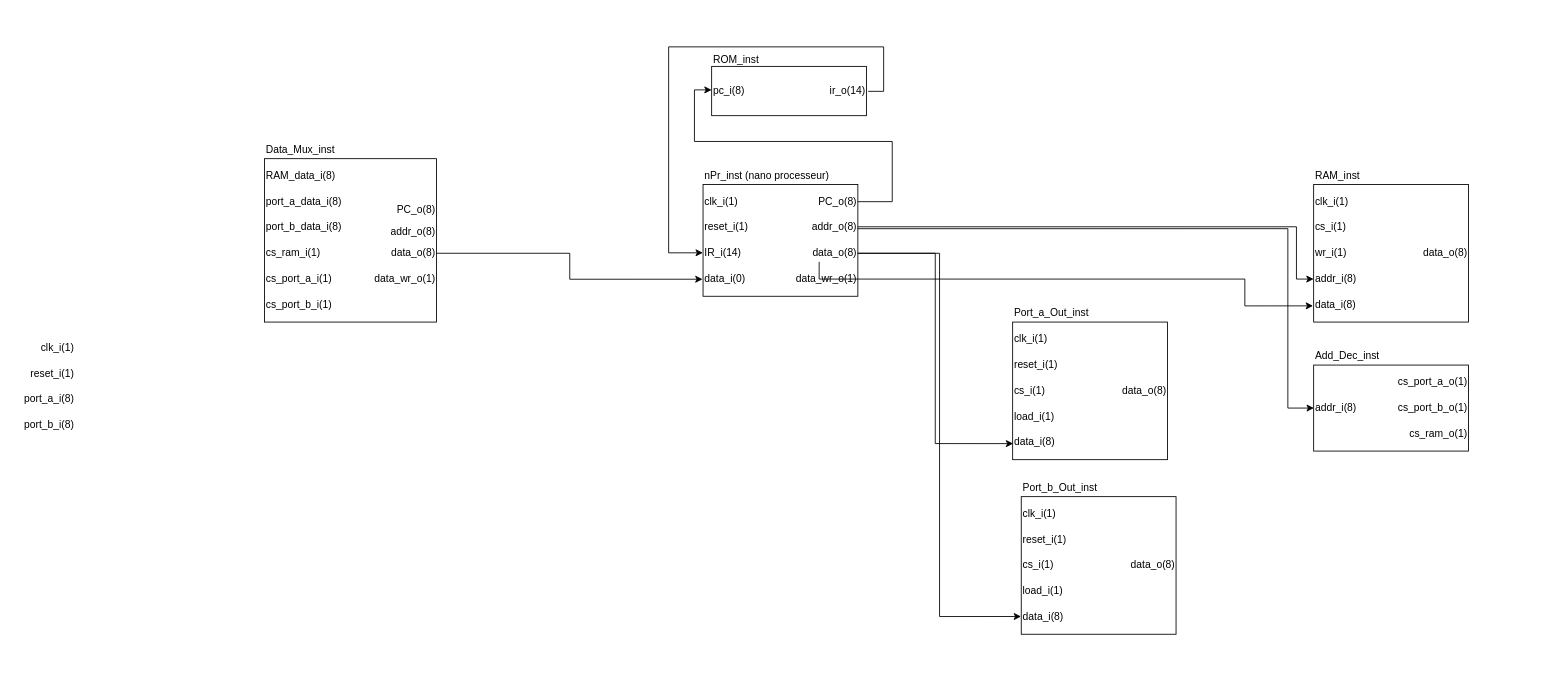
Earlier version of the draw.io diagram _documents/schemas/nanoControleur.drawio (catabozan/sysnum-applique). Source tidied: cells renumbered, new cells numbered last; positions are measured from the earlier drawing's top-left corner, leaving out a move shared by most shapes. Both pictures are drawn from the tidied source at 86%, with x=0, y=0 at pixel (15, 46).
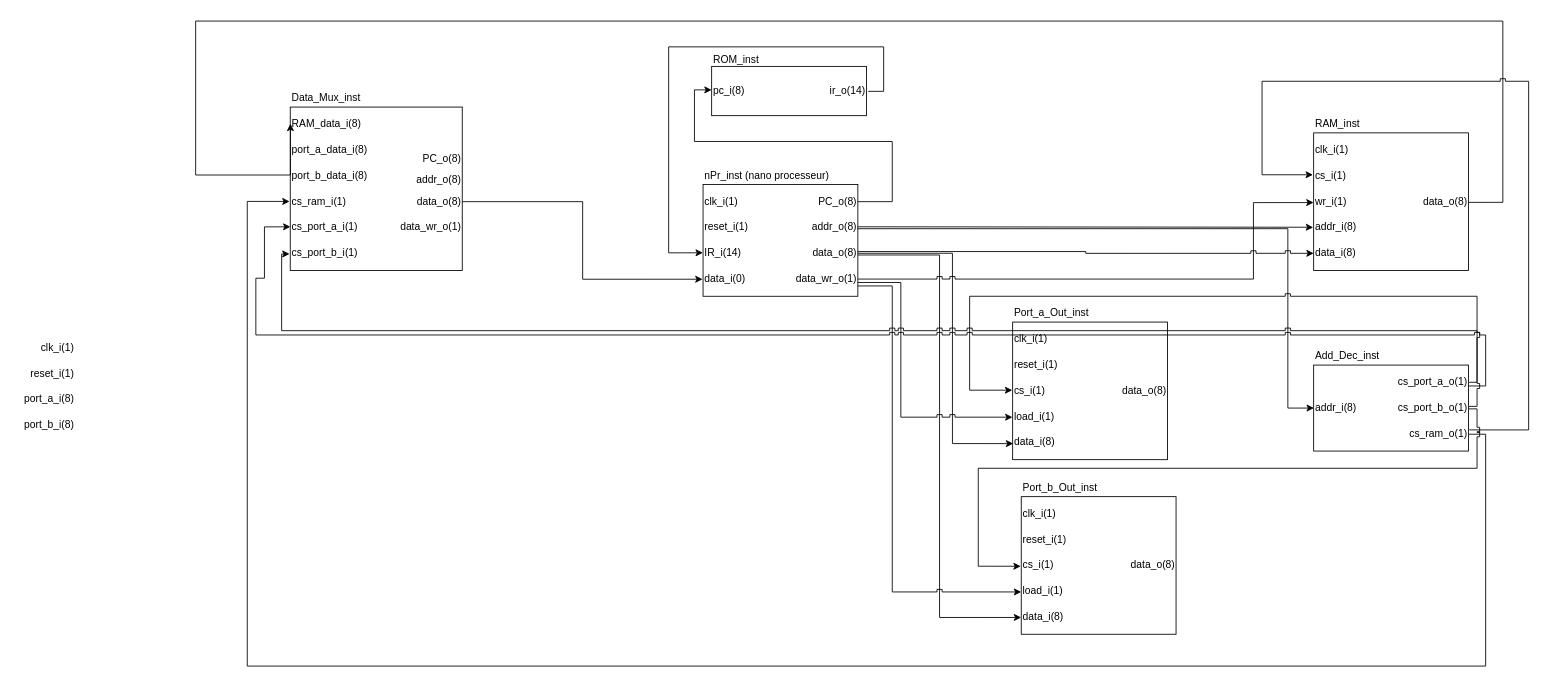
The same diagram, later.

Commit message (it also covers changes not shown here):
docs: add all arrows in nanoController schema

The change refers to these unchanged cells:
```xml
<mxCell id="10" value="addr_o(8)" style="text;html=1;align=right;verticalAlign=middle;points=[];strokeColor=none;fillColor=none;" parent="2" vertex="1">
  <mxGeometry x="90" y="60" width="90" height="20" as="geometry" />
</mxCell>
<mxCell id="11" value="data_o(8)" style="text;html=1;align=right;verticalAlign=middle;points=[];strokeColor=none;fillColor=none;" parent="2" vertex="1">
  <mxGeometry x="90" y="90" width="90" height="20" as="geometry" />
</mxCell>
<mxCell id="12" value="data_wr_o(1)" style="text;html=1;align=right;verticalAlign=middle;points=[];strokeColor=none;fillColor=none;" parent="2" vertex="1">
  <mxGeometry x="90" y="120" width="90" height="20" as="geometry" />
</mxCell>
<mxCell id="19" value="RAM_data_i(8)" style="text;html=1;align=left;verticalAlign=middle;points=[];strokeColor=none;fillColor=none;" parent="17" vertex="1">
  <mxGeometry y="30" width="100" height="20" as="geometry" />
</mxCell>
<mxCell id="23" value="cs_ram_i(1)" style="text;html=1;align=left;verticalAlign=middle;points=[];strokeColor=none;fillColor=none;" parent="17" vertex="1">
  <mxGeometry y="120" width="77.8" height="20" as="geometry" />
</mxCell>
<mxCell id="28" value="cs_port_a_i(1)" style="text;html=1;align=left;verticalAlign=middle;points=[];strokeColor=none;fillColor=none;" parent="17" vertex="1">
  <mxGeometry y="150" width="100" height="20" as="geometry" />
</mxCell>
<mxCell id="29" value="cs_port_b_i(1)" style="text;html=1;align=left;verticalAlign=middle;points=[];strokeColor=none;fillColor=none;" parent="17" vertex="1">
  <mxGeometry y="180" width="100" height="20" as="geometry" />
</mxCell>
<mxCell id="33" value="cs_i(1)" style="text;html=1;align=left;verticalAlign=middle;points=[];strokeColor=none;fillColor=none;" parent="30" vertex="1">
  <mxGeometry y="90" width="50" height="20" as="geometry" />
</mxCell>
<mxCell id="36" value="load_i(1)" style="text;html=1;align=left;verticalAlign=middle;points=[];strokeColor=none;fillColor=none;" parent="30" vertex="1">
  <mxGeometry y="120" width="70" height="20" as="geometry" />
</mxCell>
<mxCell id="38" value="data_i(8)" style="text;html=1;align=left;verticalAlign=middle;points=[];strokeColor=none;fillColor=none;" parent="30" vertex="1">
  <mxGeometry y="150" width="70" height="20" as="geometry" />
</mxCell>
<mxCell id="42" value="cs_i(1)" style="text;html=1;align=left;verticalAlign=middle;points=[];strokeColor=none;fillColor=none;" parent="39" vertex="1">
  <mxGeometry y="90" width="50" height="20" as="geometry" />
</mxCell>
<mxCell id="45" value="load_i(1)" style="text;html=1;align=left;verticalAlign=middle;points=[];strokeColor=none;fillColor=none;" parent="39" vertex="1">
  <mxGeometry y="120" width="70" height="20" as="geometry" />
</mxCell>
<mxCell id="47" value="data_i(8)" style="text;html=1;align=left;verticalAlign=middle;points=[];strokeColor=none;fillColor=none;" parent="39" vertex="1">
  <mxGeometry y="150" width="70" height="20" as="geometry" />
</mxCell>
<mxCell id="50" value="addr_i(8)" style="text;html=1;align=left;verticalAlign=middle;points=[];strokeColor=none;fillColor=none;" parent="48" vertex="1">
  <mxGeometry y="60" width="50" height="20" as="geometry" />
</mxCell>
<mxCell id="52" value="cs_port_a_o(1)" style="text;html=1;align=right;verticalAlign=middle;points=[];strokeColor=none;fillColor=none;" parent="48" vertex="1">
  <mxGeometry x="90" y="30" width="90" height="20" as="geometry" />
</mxCell>
<mxCell id="53" value="cs_port_b_o(1)" style="text;html=1;align=right;verticalAlign=middle;points=[];strokeColor=none;fillColor=none;" parent="48" vertex="1">
  <mxGeometry x="90" y="60" width="90" height="20" as="geometry" />
</mxCell>
<mxCell id="54" value="cs_ram_o(1)" style="text;html=1;align=right;verticalAlign=middle;points=[];strokeColor=none;fillColor=none;" parent="48" vertex="1">
  <mxGeometry x="90" y="90" width="90" height="20" as="geometry" />
</mxCell>
<mxCell id="65" value="cs_i(1)" style="text;html=1;align=left;verticalAlign=middle;points=[];strokeColor=none;fillColor=none;" parent="62" vertex="1">
  <mxGeometry y="60" width="50" height="20" as="geometry" />
</mxCell>
<mxCell id="66" value="wr_i(1)" style="text;html=1;align=left;verticalAlign=middle;points=[];strokeColor=none;fillColor=none;" parent="62" vertex="1">
  <mxGeometry y="90" width="50" height="20" as="geometry" />
</mxCell>
<mxCell id="68" value="addr_i(8)" style="text;html=1;align=left;verticalAlign=middle;points=[];strokeColor=none;fillColor=none;" parent="62" vertex="1">
  <mxGeometry y="120" width="70" height="20" as="geometry" />
</mxCell>
<mxCell id="69" value="data_o(8)" style="text;html=1;align=right;verticalAlign=middle;points=[];strokeColor=none;fillColor=none;" parent="62" vertex="1">
  <mxGeometry x="90" y="90" width="90" height="20" as="geometry" />
</mxCell>
<mxCell id="70" value="data_i(8)" style="text;html=1;align=left;verticalAlign=middle;points=[];strokeColor=none;fillColor=none;" parent="62" vertex="1">
  <mxGeometry y="150" width="70" height="20" as="geometry" />
</mxCell>
```

What changed in the source:
```diff
@@
     <mxCell id="17" style="group;" parent="1" vertex="1">
-      <mxGeometry x="290" y="110" width="200" height="210" as="geometry" />
+      <mxGeometry x="320" y="50" width="200" height="210" as="geometry" />
     </mxCell>
@@
     <mxCell id="62" style="group;" parent="1" vertex="1">
-      <mxGeometry x="1510" y="140" width="180" height="180" as="geometry" />
+      <mxGeometry x="1510" y="80" width="180" height="180" as="geometry" />
     </mxCell>
@@
-    <mxCell id="71" style="edgeStyle=orthogonalEdgeStyle;rounded=0;jettySize=auto;html=1;exitX=0.999;exitY=0.46;exitDx=0;exitDy=0;exitPerimeter=0;" parent="1" edge="1" source="10">
+    <mxCell id="71" style="edgeStyle=orthogonalEdgeStyle;rounded=0;jettySize=auto;html=1;exitX=0.999;exitY=0.46;exitDx=0;exitDy=0;exitPerimeter=0;entryX=-0.008;entryY=0.5;entryDx=0;entryDy=0;entryPerimeter=0;jumpStyle=sharp;" parent="1" edge="1" source="10" target="68">
       <mxGeometry relative="1" as="geometry">
-        <mxPoint x="1510" y="270" as="targetPoint" />
         <Array as="points">
           <mxPoint x="1490" y="209" />
-          <mxPoint x="1490" y="270" />
+          <mxPoint x="1509" y="210" />
         </Array>
       </mxGeometry>
     </mxCell>
-    <mxCell id="72" style="edgeStyle=orthogonalEdgeStyle;rounded=0;jettySize=auto;html=1;entryX=0.006;entryY=0.5;entryDx=0;entryDy=0;entryPerimeter=0;exitX=0.994;exitY=0.572;exitDx=0;exitDy=0;exitPerimeter=0;" parent="1" edge="1" source="10" target="50">
+    <mxCell id="72" style="edgeStyle=orthogonalEdgeStyle;rounded=0;jettySize=auto;html=1;entryX=0.006;entryY=0.5;entryDx=0;entryDy=0;entryPerimeter=0;exitX=0.994;exitY=0.572;exitDx=0;exitDy=0;exitPerimeter=0;jumpStyle=sharp;" parent="1" edge="1" source="10" target="50">
       <mxGeometry relative="1" as="geometry">
         <Array as="points">
           <mxPoint x="1480" y="211" />
           <mxPoint x="1480" y="420" />
         </Array>
       </mxGeometry>
     </mxCell>
@@
     <mxCell id="74" style="edgeStyle=orthogonalEdgeStyle;rounded=0;jettySize=auto;html=1;entryX=0.009;entryY=0.567;entryDx=0;entryDy=0;entryPerimeter=0;" parent="1" edge="1" source="11" target="38">
       <mxGeometry relative="1" as="geometry">
         <Array as="points">
-          <mxPoint x="1070" y="240" />
-          <mxPoint x="1070" y="461" />
+          <mxPoint x="1090" y="240" />
+          <mxPoint x="1090" y="461" />
         </Array>
       </mxGeometry>
     </mxCell>
-    <mxCell id="75" style="edgeStyle=orthogonalEdgeStyle;rounded=0;jettySize=auto;html=1;entryX=-0.003;entryY=0.468;entryDx=0;entryDy=0;entryPerimeter=0;" parent="1" edge="1" source="11" target="47">
-      <mxGeometry relative="1" as="geometry" />
+    <mxCell id="75" style="edgeStyle=orthogonalEdgeStyle;rounded=0;jettySize=auto;html=1;entryX=-0.001;entryY=0.524;entryDx=0;entryDy=0;entryPerimeter=0;" parent="1" edge="1" target="47">
+      <mxGeometry relative="1" as="geometry">
+        <mxPoint x="980" y="242" as="sourcePoint" />
+        <Array as="points">
+          <mxPoint x="1075" y="242" />
+          <mxPoint x="1075" y="663" />
+          <mxPoint x="1170" y="663" />
+        </Array>
+      </mxGeometry>
     </mxCell>
-    <mxCell id="76" style="edgeStyle=orthogonalEdgeStyle;rounded=0;jettySize=auto;html=1;entryX=-0.01;entryY=0.558;entryDx=0;entryDy=0;entryPerimeter=0;" parent="1" edge="1" source="11" target="70">
+    <mxCell id="76" style="edgeStyle=orthogonalEdgeStyle;rounded=0;jettySize=auto;html=1;entryX=-0.001;entryY=0.553;entryDx=0;entryDy=0;entryPerimeter=0;jumpStyle=sharp;" parent="1" edge="1" source="12" target="66">
       <mxGeometry relative="1" as="geometry">
         <Array as="points">
-          <mxPoint x="935" y="270" />
-          <mxPoint x="1430" y="270" />
-          <mxPoint x="1430" y="301" />
+          <mxPoint x="1440" y="270" />
+          <mxPoint x="1440" y="181" />
         </Array>
       </mxGeometry>
     </mxCell>
+    <mxCell id="77" style="edgeStyle=orthogonalEdgeStyle;html=1;jumpStyle=sharp;rounded=0;entryX=0.001;entryY=0.503;entryDx=0;entryDy=0;entryPerimeter=0;" parent="1" edge="1" target="70">
+      <mxGeometry relative="1" as="geometry">
+        <mxPoint x="980" y="238" as="sourcePoint" />
+        <Array as="points">
+          <mxPoint x="1245" y="238" />
+          <mxPoint x="1245" y="240" />
+        </Array>
+      </mxGeometry>
+    </mxCell>
+    <mxCell id="78" style="edgeStyle=orthogonalEdgeStyle;rounded=0;jumpStyle=sharp;html=1;entryX=-0.003;entryY=0.53;entryDx=0;entryDy=0;entryPerimeter=0;" parent="1" edge="1" target="36">
+      <mxGeometry relative="1" as="geometry">
+        <mxPoint x="980" y="274" as="sourcePoint" />
+        <Array as="points">
+          <mxPoint x="1030" y="274" />
+          <mxPoint x="1030" y="430" />
+          <mxPoint x="1160" y="430" />
+        </Array>
+      </mxGeometry>
+    </mxCell>
+    <mxCell id="79" style="edgeStyle=orthogonalEdgeStyle;rounded=0;jumpStyle=sharp;html=1;entryX=-0.001;entryY=0.54;entryDx=0;entryDy=0;entryPerimeter=0;" parent="1" edge="1" target="45">
+      <mxGeometry relative="1" as="geometry">
+        <mxPoint x="980" y="278" as="sourcePoint" />
+        <Array as="points">
+          <mxPoint x="1020" y="278" />
+          <mxPoint x="1020" y="634" />
+          <mxPoint x="1170" y="634" />
+        </Array>
+      </mxGeometry>
+    </mxCell>
+    <mxCell id="80" style="edgeStyle=orthogonalEdgeStyle;rounded=0;jumpStyle=sharp;html=1;entryX=0.002;entryY=0.466;entryDx=0;entryDy=0;entryPerimeter=0;exitX=1.003;exitY=0.541;exitDx=0;exitDy=0;exitPerimeter=0;" parent="1" edge="1" source="69" target="19">
+      <mxGeometry relative="1" as="geometry">
+        <Array as="points">
+          <mxPoint x="1730" y="181" />
+          <mxPoint x="1730" y="-30" />
+          <mxPoint x="210" y="-30" />
+          <mxPoint x="210" y="149" />
+        </Array>
+      </mxGeometry>
+    </mxCell>
+    <mxCell id="81" style="edgeStyle=orthogonalEdgeStyle;rounded=0;jumpStyle=sharp;html=1;entryX=-0.01;entryY=0.486;entryDx=0;entryDy=0;entryPerimeter=0;exitX=1.008;exitY=0.521;exitDx=0;exitDy=0;exitPerimeter=0;" parent="1" edge="1" source="54" target="23">
+      <mxGeometry relative="1" as="geometry">
+        <Array as="points">
+          <mxPoint x="1710" y="450" />
+          <mxPoint x="1710" y="720" />
+          <mxPoint x="270" y="720" />
+          <mxPoint x="270" y="180" />
+        </Array>
+      </mxGeometry>
+    </mxCell>
+    <mxCell id="82" style="edgeStyle=orthogonalEdgeStyle;rounded=0;jumpStyle=sharp;html=1;entryX=-0.016;entryY=0.436;entryDx=0;entryDy=0;entryPerimeter=0;exitX=1.011;exitY=0.269;exitDx=0;exitDy=0;exitPerimeter=0;" parent="1" edge="1" source="54" target="65">
+      <mxGeometry relative="1" as="geometry">
+        <Array as="points">
+          <mxPoint x="1760" y="445" />
+          <mxPoint x="1760" y="40" />
+          <mxPoint x="1450" y="40" />
+          <mxPoint x="1450" y="149" />
+        </Array>
+      </mxGeometry>
+    </mxCell>
+    <mxCell id="83" style="edgeStyle=orthogonalEdgeStyle;rounded=0;jumpStyle=sharp;html=1;entryX=-0.009;entryY=0.461;entryDx=0;entryDy=0;entryPerimeter=0;exitX=1.009;exitY=0.5;exitDx=0;exitDy=0;exitPerimeter=0;" parent="1" edge="1" source="52" target="33">
+      <mxGeometry relative="1" as="geometry">
+        <Array as="points">
+          <mxPoint x="1700" y="390" />
+          <mxPoint x="1700" y="290" />
+          <mxPoint x="1110" y="290" />
+          <mxPoint x="1110" y="399" />
+        </Array>
+      </mxGeometry>
+    </mxCell>
+    <mxCell id="84" style="edgeStyle=orthogonalEdgeStyle;rounded=0;jumpStyle=sharp;html=1;entryX=-0.012;entryY=0.547;entryDx=0;entryDy=0;entryPerimeter=0;exitX=1.007;exitY=0.546;exitDx=0;exitDy=0;exitPerimeter=0;" parent="1" edge="1" source="53" target="42">
+      <mxGeometry relative="1" as="geometry">
+        <Array as="points">
+          <mxPoint x="1700" y="421" />
+          <mxPoint x="1700" y="490" />
+          <mxPoint x="1120" y="490" />
+          <mxPoint x="1120" y="604" />
+        </Array>
+      </mxGeometry>
+    </mxCell>
+    <mxCell id="85" style="edgeStyle=orthogonalEdgeStyle;rounded=0;jumpStyle=sharp;html=1;entryX=0.002;entryY=0.463;entryDx=0;entryDy=0;entryPerimeter=0;exitX=0.994;exitY=0.467;exitDx=0;exitDy=0;exitPerimeter=0;" parent="1" edge="1" target="28">
+      <mxGeometry relative="1" as="geometry">
+        <mxPoint x="1689.5" y="394.3" as="sourcePoint" />
+        <Array as="points">
+          <mxPoint x="1710" y="394" />
+          <mxPoint x="1710" y="335" />
+          <mxPoint x="280" y="335" />
+          <mxPoint x="280" y="269" />
+          <mxPoint x="290" y="269" />
+        </Array>
+      </mxGeometry>
+    </mxCell>
+    <mxCell id="86" style="edgeStyle=orthogonalEdgeStyle;rounded=0;jumpStyle=sharp;html=1;entryX=-0.008;entryY=0.539;entryDx=0;entryDy=0;entryPerimeter=0;exitX=1.007;exitY=0.402;exitDx=0;exitDy=0;exitPerimeter=0;" parent="1" edge="1" source="53" target="29">
+      <mxGeometry relative="1" as="geometry" />
+    </mxCell>
```
